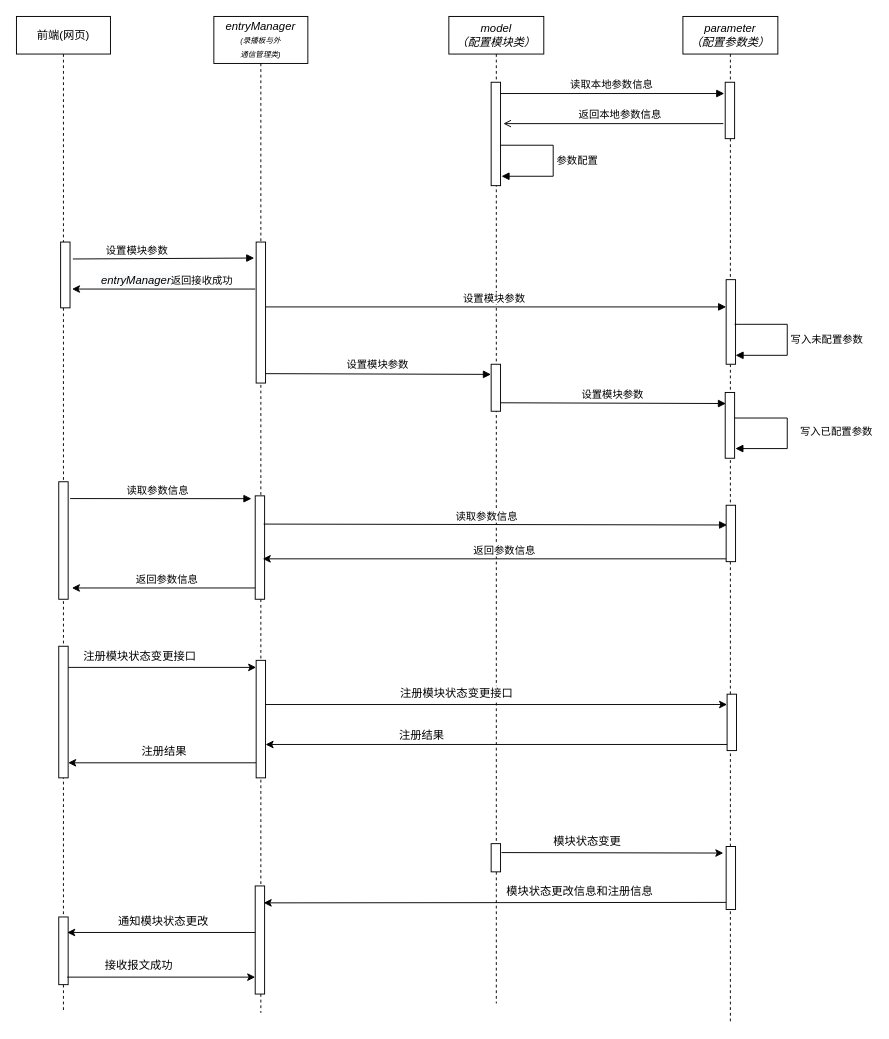
Before: 录播get模块.drawio in huangPeiLc/drawio, a draw.io diagram. Source tidied: cells renumbered, new cells numbered last; positions are measured from the earlier drawing's top-left corner, leaving out a move shared by most shapes. Both pictures are drawn from the tidied source at 94%, with x=0, y=0 at pixel (16, 16).
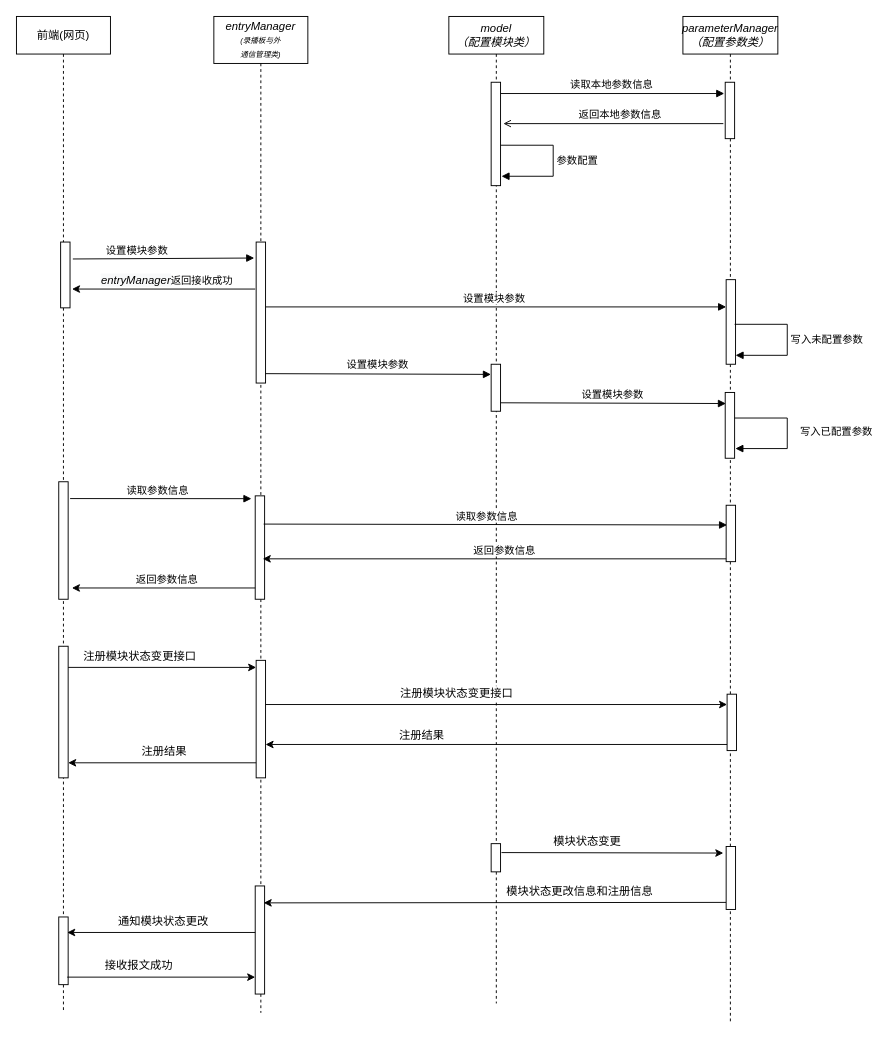
The same page after the edit.

The edit, as a diff of the source:
```diff
@@
-    <mxCell id="19" value="&lt;i&gt;&lt;span style=&quot;white-space: nowrap&quot;&gt;parameter&lt;br&gt;（配置参数类）&lt;/span&gt;&lt;br&gt;&lt;/i&gt;" style="shape=umlLifeline;perimeter=lifelinePerimeter;whiteSpace=wrap;html=1;" parent="1" vertex="1">
+    <mxCell id="19" value="&lt;i&gt;&lt;span style=&quot;white-space: nowrap&quot;&gt;parameter&lt;/span&gt;&lt;/i&gt;&lt;i&gt;&lt;span style=&quot;white-space: nowrap&quot;&gt;Manager&lt;/span&gt;&lt;/i&gt;&lt;i&gt;&lt;span style=&quot;white-space: nowrap&quot;&gt;&lt;br&gt;（配置参数类）&lt;/span&gt;&lt;br&gt;&lt;/i&gt;" style="shape=umlLifeline;perimeter=lifelinePerimeter;whiteSpace=wrap;html=1;" parent="1" vertex="1">
       <mxGeometry x="709" width="101" height="1070" as="geometry" />
     </mxCell>
```
